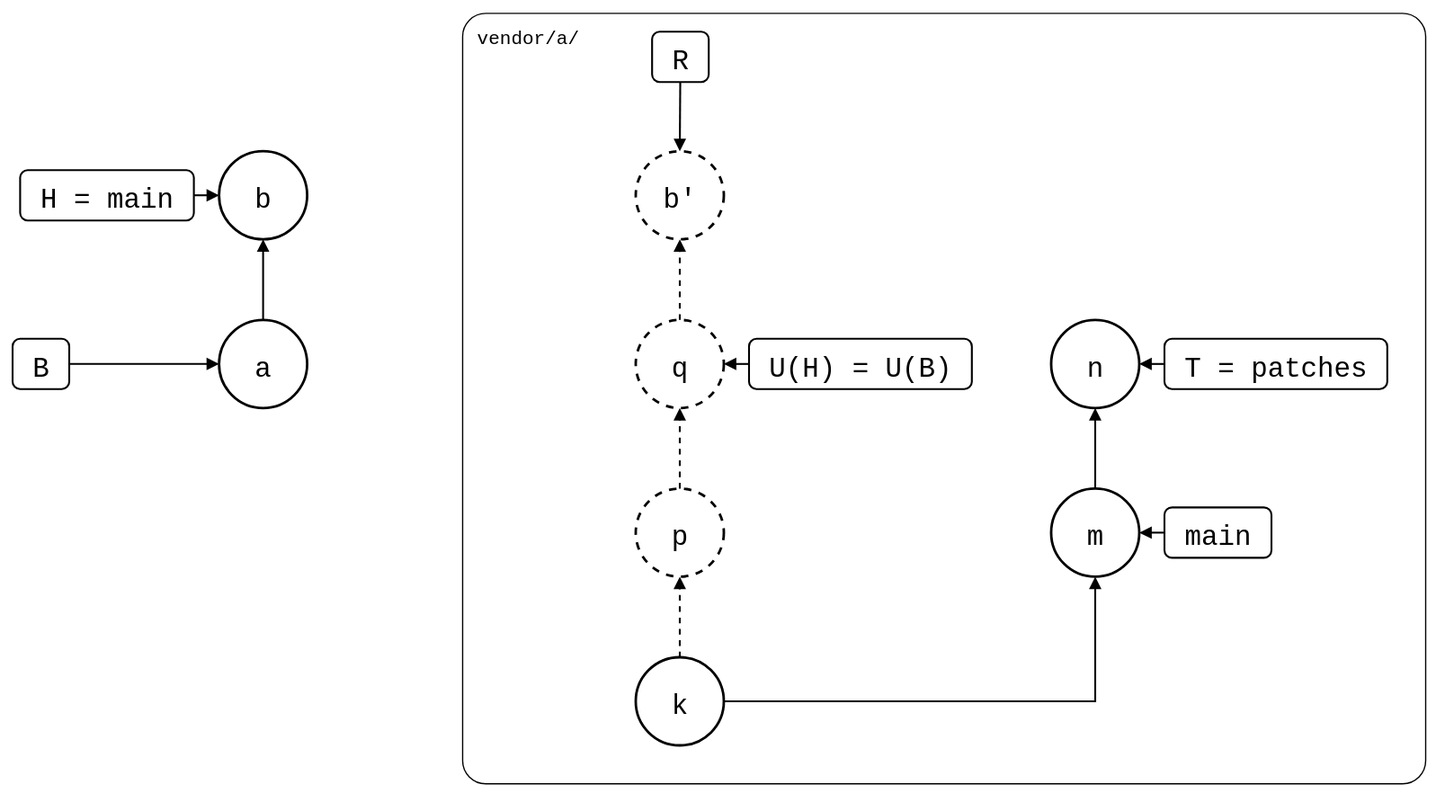
Earlier version of the draw.io export test/scenarios/06-rewritten-history/04-patch-branch-rebased/01-unpushed-local-commit/unpushed-local-commit.drawio.svg (roschaefer/git-splice). Source tidied: cells renumbered, new cells last; positions are measured from the earlier drawing's top-left corner, leaving out a move shared by most shapes.
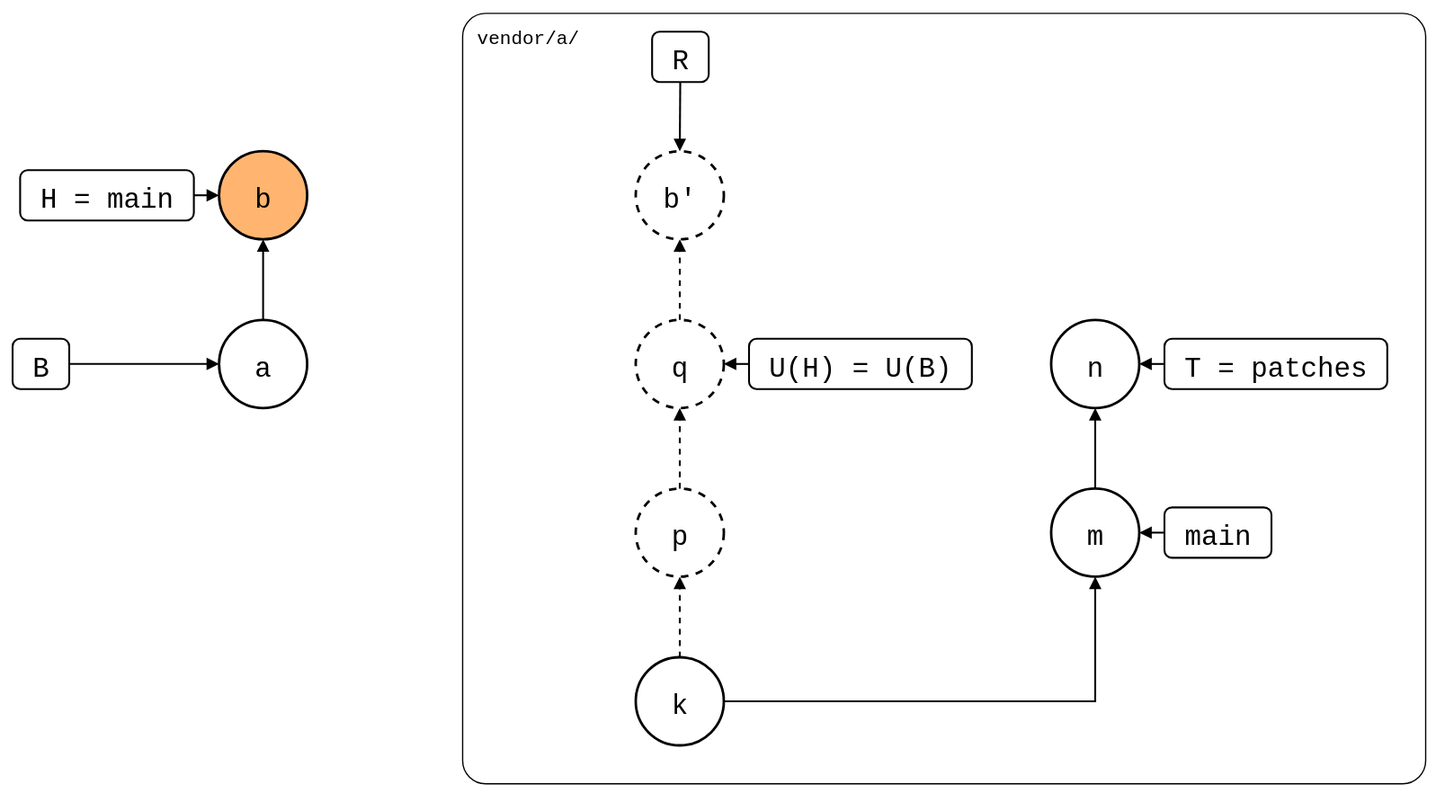
Later version of the same file.

Diff of the diagram source:
```diff
@@ -23,7 +23,7 @@
     <mxCell id="8" value="a" style="ellipse;strokeWidth=2;fontSize=22;fontFamily=Roboto Mono,monospace;" parent="1" vertex="1">
       <mxGeometry x="164" y="244" width="70" height="70" as="geometry" />
     </mxCell>
-    <mxCell id="9" value="b" style="ellipse;strokeWidth=2;fontSize=22;fontFamily=Roboto Mono,monospace;" parent="1" vertex="1">
+    <mxCell id="9" value="b" style="ellipse;strokeWidth=2;fontSize=22;fontFamily=Roboto Mono,monospace;fillColor=#FFB570;" parent="1" vertex="1">
       <mxGeometry x="164" y="110" width="70" height="70" as="geometry" />
     </mxCell>
     <mxCell id="10" value="b'" style="ellipse;strokeWidth=2;fontSize=22;fontFamily=Roboto Mono,monospace;dashed=1;" parent="1" vertex="1">
```
